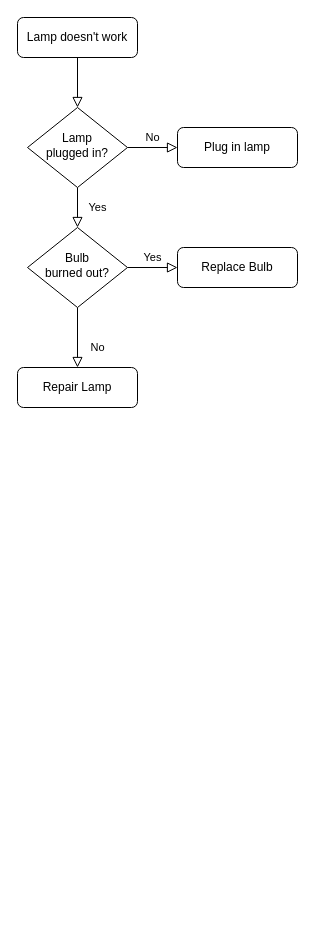
This is doc/Untitled Diagram.drawio from TarikNasraoui/boilerPlate, a draw.io file, before an edit. Source tidied: cells renumbered, new cells numbered last; positions are measured from the earlier drawing's top-left corner, leaving out a move shared by most shapes. Both pictures are drawn from the tidied source at 100%, with x=0, y=0 at pixel (17, 17).
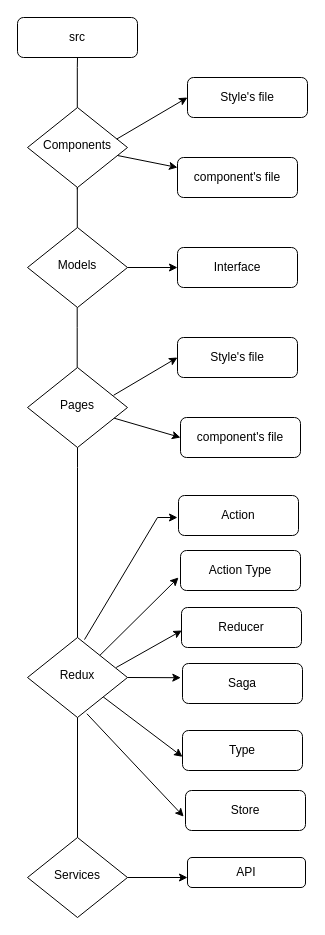
The same page after the edit.

Diff of the diagram source:
```diff
@@
-    <mxCell id="2" style="rounded=0;html=1;jettySize=auto;fontSize=11;endArrow=block;endFill=0;endSize=8;strokeWidth=1;shadow=0;labelBackgroundColor=none;edgeStyle=orthogonalEdgeStyle;" parent="1" edge="1" source="3" target="6">
-      <mxGeometry relative="1" as="geometry" />
-    </mxCell>
-    <mxCell id="3" value="Lamp doesn't work" style="rounded=1;whiteSpace=wrap;html=1;fontSize=12;glass=0;strokeWidth=1;shadow=0;" parent="1" vertex="1">
+    <mxCell id="3" value="src" style="rounded=1;whiteSpace=wrap;html=1;fontSize=12;glass=0;strokeWidth=1;shadow=0;" parent="1" vertex="1">
       <mxGeometry width="120" height="40" as="geometry" />
     </mxCell>
-    <mxCell id="4" value="Yes" style="rounded=0;html=1;jettySize=auto;fontSize=11;endArrow=block;endFill=0;endSize=8;strokeWidth=1;shadow=0;labelBackgroundColor=none;edgeStyle=orthogonalEdgeStyle;" parent="1" edge="1" source="6" target="10">
-      <mxGeometry y="20" relative="1" as="geometry" />
-    </mxCell>
-    <mxCell id="5" value="No" style="edgeStyle=orthogonalEdgeStyle;rounded=0;html=1;jettySize=auto;fontSize=11;endArrow=block;endFill=0;endSize=8;strokeWidth=1;shadow=0;labelBackgroundColor=none;" parent="1" edge="1" source="6" target="7">
-      <mxGeometry y="10" relative="1" as="geometry" />
-    </mxCell>
-    <mxCell id="6" value="Lamp&lt;br&gt;plugged in?" style="rhombus;whiteSpace=wrap;html=1;shadow=0;fontFamily=Helvetica;fontSize=12;align=center;strokeWidth=1;spacing=6;spacingTop=-4;" parent="1" vertex="1">
+    <mxCell id="6" value="Components" style="rhombus;whiteSpace=wrap;html=1;shadow=0;fontFamily=Helvetica;fontSize=12;align=center;strokeWidth=1;spacing=6;spacingTop=-4;" parent="1" vertex="1">
       <mxGeometry x="10" y="90" width="100" height="80" as="geometry" />
     </mxCell>
-    <mxCell id="7" value="Plug in lamp" style="rounded=1;whiteSpace=wrap;html=1;fontSize=12;glass=0;strokeWidth=1;shadow=0;" parent="1" vertex="1">
-      <mxGeometry x="160" y="110" width="120" height="40" as="geometry" />
+    <mxCell id="7" value="component's file" style="rounded=1;whiteSpace=wrap;html=1;fontSize=12;glass=0;strokeWidth=1;shadow=0;" parent="1" vertex="1">
+      <mxGeometry x="160" y="140" width="120" height="40" as="geometry" />
     </mxCell>
-    <mxCell id="8" value="No" style="rounded=0;html=1;jettySize=auto;fontSize=11;endArrow=block;endFill=0;endSize=8;strokeWidth=1;shadow=0;labelBackgroundColor=none;edgeStyle=orthogonalEdgeStyle;" parent="1" edge="1" source="10" target="11">
-      <mxGeometry x="0.33" y="20" relative="1" as="geometry" />
-    </mxCell>
+    <mxCell id="10" value="Models" style="rhombus;whiteSpace=wrap;html=1;shadow=0;fontFamily=Helvetica;fontSize=12;align=center;strokeWidth=1;spacing=6;spacingTop=-4;" parent="1" vertex="1">
+      <mxGeometry x="10" y="210" width="100" height="80" as="geometry" />
+    </mxCell>
+    <mxCell id="12" value="Interface" style="rounded=1;whiteSpace=wrap;html=1;fontSize=12;glass=0;strokeWidth=1;shadow=0;" parent="1" vertex="1">
+      <mxGeometry x="160" y="230" width="120" height="40" as="geometry" />
+    </mxCell>
+    <mxCell id="13" value="Pages" style="rhombus;whiteSpace=wrap;html=1;shadow=0;fontFamily=Helvetica;fontSize=12;align=center;strokeWidth=1;spacing=6;spacingTop=-4;" parent="1" vertex="1">
+      <mxGeometry x="10" y="350" width="100" height="80" as="geometry" />
+    </mxCell>
+    <mxCell id="14" value="Redux" style="rhombus;whiteSpace=wrap;html=1;shadow=0;fontFamily=Helvetica;fontSize=12;align=center;strokeWidth=1;spacing=6;spacingTop=-4;" parent="1" vertex="1">
+      <mxGeometry x="10" y="620" width="100" height="80" as="geometry" />
+    </mxCell>
+    <mxCell id="15" style="endArrow=none;html=1;rounded=0;entryX=0.5;entryY=1;entryDx=0;entryDy=0;exitX=0.5;exitY=0;exitDx=0;exitDy=0;" parent="1" edge="1" source="14" target="13">
+      <mxGeometry relative="1" as="geometry">
+        <Array as="points">
+          <mxPoint x="60" y="450" />
+        </Array>
+      </mxGeometry>
+    </mxCell>
+    <mxCell id="16" style="endArrow=none;html=1;rounded=0;entryX=0.5;entryY=1;entryDx=0;entryDy=0;exitX=0.5;exitY=0;exitDx=0;exitDy=0;" parent="1" edge="1">
+      <mxGeometry relative="1" as="geometry">
+        <mxPoint x="59.7" y="350" as="sourcePoint" />
+        <mxPoint x="59.7" y="290" as="targetPoint" />
+        <Array as="points">
+          <mxPoint x="59.7" y="310" />
+        </Array>
+      </mxGeometry>
+    </mxCell>
+    <mxCell id="17" style="endArrow=none;html=1;rounded=0;entryX=0.498;entryY=1.023;entryDx=0;entryDy=0;exitX=0.5;exitY=0;exitDx=0;exitDy=0;entryPerimeter=0;" parent="1" edge="1" target="6">
+      <mxGeometry relative="1" as="geometry">
+        <mxPoint x="59.8" y="210" as="sourcePoint" />
+        <Array as="points">
+          <mxPoint x="59.8" y="170" />
+        </Array>
+      </mxGeometry>
+    </mxCell>
+    <mxCell id="18" style="endArrow=none;html=1;rounded=0;exitX=0.5;exitY=0;exitDx=0;exitDy=0;" parent="1" edge="1">
+      <mxGeometry relative="1" as="geometry">
+        <mxPoint x="59.8" y="90" as="sourcePoint" />
+        <mxPoint x="60" y="40" as="targetPoint" />
+        <Array as="points">
+          <mxPoint x="59.8" y="50" />
+        </Array>
+      </mxGeometry>
+    </mxCell>
+    <mxCell id="19" value="Style's file" style="rounded=1;whiteSpace=wrap;html=1;fontSize=12;glass=0;strokeWidth=1;shadow=0;" parent="1" vertex="1">
+      <mxGeometry x="170" y="60" width="120" height="40" as="geometry" />
+    </mxCell>
+    <mxCell id="20" style="endArrow=classic;html=1;rounded=0;exitX=0.893;exitY=0.394;exitDx=0;exitDy=0;exitPerimeter=0;" parent="1" edge="1" source="6">
+      <mxGeometry relative="1" as="geometry">
+        <mxPoint x="170" y="80" as="targetPoint" />
+      </mxGeometry>
+    </mxCell>
+    <mxCell id="5" style="endArrow=classic;html=1;rounded=0;entryX=0;entryY=0.25;entryDx=0;entryDy=0;" parent="1" edge="1" source="6" target="7">
+      <mxGeometry relative="1" as="geometry" />
+    </mxCell>
+    <mxCell id="21" value="Style's file" style="rounded=1;whiteSpace=wrap;html=1;fontSize=12;glass=0;strokeWidth=1;shadow=0;" parent="1" vertex="1">
+      <mxGeometry x="160" y="320" width="120" height="40" as="geometry" />
+    </mxCell>
+    <mxCell id="22" value="component's file" style="rounded=1;whiteSpace=wrap;html=1;fontSize=12;glass=0;strokeWidth=1;shadow=0;" parent="1" vertex="1">
+      <mxGeometry x="163" y="400" width="120" height="40" as="geometry" />
+    </mxCell>
+    <mxCell id="23" style="endArrow=classic;html=1;rounded=0;exitX=0.861;exitY=0.347;exitDx=0;exitDy=0;exitPerimeter=0;" parent="1" edge="1" source="13">
+      <mxGeometry relative="1" as="geometry">
+        <mxPoint x="160" y="340" as="targetPoint" />
+      </mxGeometry>
+    </mxCell>
+    <mxCell id="24" style="endArrow=classic;html=1;rounded=0;entryX=0;entryY=0.5;entryDx=0;entryDy=0;" parent="1" edge="1" source="13" target="22">
+      <mxGeometry relative="1" as="geometry" />
+    </mxCell>
+    <mxCell id="25" value="Action" style="rounded=1;whiteSpace=wrap;html=1;fontSize=12;glass=0;strokeWidth=1;shadow=0;" parent="1" vertex="1">
+      <mxGeometry x="161" y="478" width="120" height="40" as="geometry" />
+    </mxCell>
+    <mxCell id="26" value="Action Type" style="rounded=1;whiteSpace=wrap;html=1;fontSize=12;glass=0;strokeWidth=1;shadow=0;" parent="1" vertex="1">
+      <mxGeometry x="163" y="533" width="120" height="40" as="geometry" />
+    </mxCell>
+    <mxCell id="27" value="Reducer&lt;br&gt;" style="rounded=1;whiteSpace=wrap;html=1;fontSize=12;glass=0;strokeWidth=1;shadow=0;" parent="1" vertex="1">
+      <mxGeometry x="164" y="590" width="120" height="40" as="geometry" />
+    </mxCell>
+    <mxCell id="28" value="Saga" style="rounded=1;whiteSpace=wrap;html=1;fontSize=12;glass=0;strokeWidth=1;shadow=0;" parent="1" vertex="1">
+      <mxGeometry x="165" y="646" width="120" height="40" as="geometry" />
+    </mxCell>
+    <mxCell id="29" value="Type" style="rounded=1;whiteSpace=wrap;html=1;fontSize=12;glass=0;strokeWidth=1;shadow=0;" parent="1" vertex="1">
+      <mxGeometry x="165" y="713" width="120" height="40" as="geometry" />
+    </mxCell>
+    <mxCell id="30" value="Store" style="rounded=1;whiteSpace=wrap;html=1;fontSize=12;glass=0;strokeWidth=1;shadow=0;" parent="1" vertex="1">
+      <mxGeometry x="168" y="773" width="120" height="40" as="geometry" />
+    </mxCell>
+    <mxCell id="31" style="endArrow=classic;html=1;rounded=0;entryX=0;entryY=0.5;entryDx=0;entryDy=0;" parent="1" edge="1" source="14">
+      <mxGeometry relative="1" as="geometry">
+        <mxPoint x="165" y="739.3" as="targetPoint" />
+      </mxGeometry>
+    </mxCell>
+    <mxCell id="32" style="endArrow=classic;html=1;rounded=0;entryX=-0.014;entryY=0.355;entryDx=0;entryDy=0;exitX=1;exitY=0.5;exitDx=0;exitDy=0;entryPerimeter=0;" parent="1" edge="1" source="14" target="28">
+      <mxGeometry relative="1" as="geometry" />
+    </mxCell>
+    <mxCell id="33" style="endArrow=classic;html=1;rounded=0;entryX=0.003;entryY=0.575;entryDx=0;entryDy=0;exitX=0.887;exitY=0.375;exitDx=0;exitDy=0;exitPerimeter=0;entryPerimeter=0;" parent="1" edge="1" source="14" target="27">
+      <mxGeometry relative="1" as="geometry" />
+    </mxCell>
+    <mxCell id="34" style="endArrow=classic;html=1;rounded=0;" parent="1" edge="1" source="14">
+      <mxGeometry relative="1" as="geometry">
+        <mxPoint x="161" y="560" as="targetPoint" />
+      </mxGeometry>
+    </mxCell>
+    <mxCell id="35" style="endArrow=classic;html=1;rounded=0;exitX=0.57;exitY=0.026;exitDx=0;exitDy=0;exitPerimeter=0;" parent="1" edge="1" source="14">
+      <mxGeometry relative="1" as="geometry">
+        <mxPoint x="160" y="500" as="targetPoint" />
+        <Array as="points">
+          <mxPoint x="140" y="500" />
+        </Array>
+      </mxGeometry>
+    </mxCell>
+    <mxCell id="36" style="endArrow=classic;html=1;rounded=0;entryX=-0.015;entryY=0.653;entryDx=0;entryDy=0;entryPerimeter=0;exitX=0.594;exitY=0.953;exitDx=0;exitDy=0;exitPerimeter=0;" parent="1" edge="1" source="14" target="30">
+      <mxGeometry relative="1" as="geometry" />
+    </mxCell>
+    <mxCell id="37" value="Services" style="rhombus;whiteSpace=wrap;html=1;shadow=0;fontFamily=Helvetica;fontSize=12;align=center;strokeWidth=1;spacing=6;spacingTop=-4;" parent="1" vertex="1">
+      <mxGeometry x="10" y="820" width="100" height="80" as="geometry" />
+    </mxCell>
+    <mxCell id="38" style="endArrow=none;html=1;rounded=0;exitX=0.5;exitY=0;exitDx=0;exitDy=0;" parent="1" edge="1" source="37">
+      <mxGeometry relative="1" as="geometry">
+        <mxPoint x="60" y="700" as="targetPoint" />
+      </mxGeometry>
+    </mxCell>
+    <mxCell id="39" value="API" style="rounded=1;whiteSpace=wrap;html=1;fontSize=12;glass=0;strokeWidth=1;shadow=0;" parent="1" vertex="1">
+      <mxGeometry x="170" y="840" width="118" height="30" as="geometry" />
+    </mxCell>
+    <mxCell id="40" style="endArrow=classic;html=1;rounded=0;entryX=0;entryY=0.667;entryDx=0;entryDy=0;entryPerimeter=0;exitX=1;exitY=0.5;exitDx=0;exitDy=0;" parent="1" edge="1" source="37" target="39">
+      <mxGeometry relative="1" as="geometry" />
+    </mxCell>
-    <mxCell id="9" value="Yes" style="edgeStyle=orthogonalEdgeStyle;rounded=0;html=1;jettySize=auto;fontSize=11;endArrow=block;endFill=0;endSize=8;strokeWidth=1;shadow=0;labelBackgroundColor=none;" parent="1" edge="1" source="10" target="12">
-      <mxGeometry y="10" relative="1" as="geometry" />
+    <mxCell id="9" style="endArrow=classic;html=1;rounded=0;exitX=1;exitY=0.5;exitDx=0;exitDy=0;entryX=0;entryY=0.5;entryDx=0;entryDy=0;" parent="1" edge="1" source="10" target="12">
+      <mxGeometry relative="1" as="geometry" />
     </mxCell>
-    <mxCell id="10" value="Bulb&lt;br&gt;burned out?" style="rhombus;whiteSpace=wrap;html=1;shadow=0;fontFamily=Helvetica;fontSize=12;align=center;strokeWidth=1;spacing=6;spacingTop=-4;" parent="1" vertex="1">
-      <mxGeometry x="10" y="210" width="100" height="80" as="geometry" />
-    </mxCell>
-    <mxCell id="11" value="Repair Lamp" style="rounded=1;whiteSpace=wrap;html=1;fontSize=12;glass=0;strokeWidth=1;shadow=0;" parent="1" vertex="1">
-      <mxGeometry y="350" width="120" height="40" as="geometry" />
-    </mxCell>
-    <mxCell id="12" value="Replace Bulb" style="rounded=1;whiteSpace=wrap;html=1;fontSize=12;glass=0;strokeWidth=1;shadow=0;" parent="1" vertex="1">
-      <mxGeometry x="160" y="230" width="120" height="40" as="geometry" />
-    </mxCell>
```
